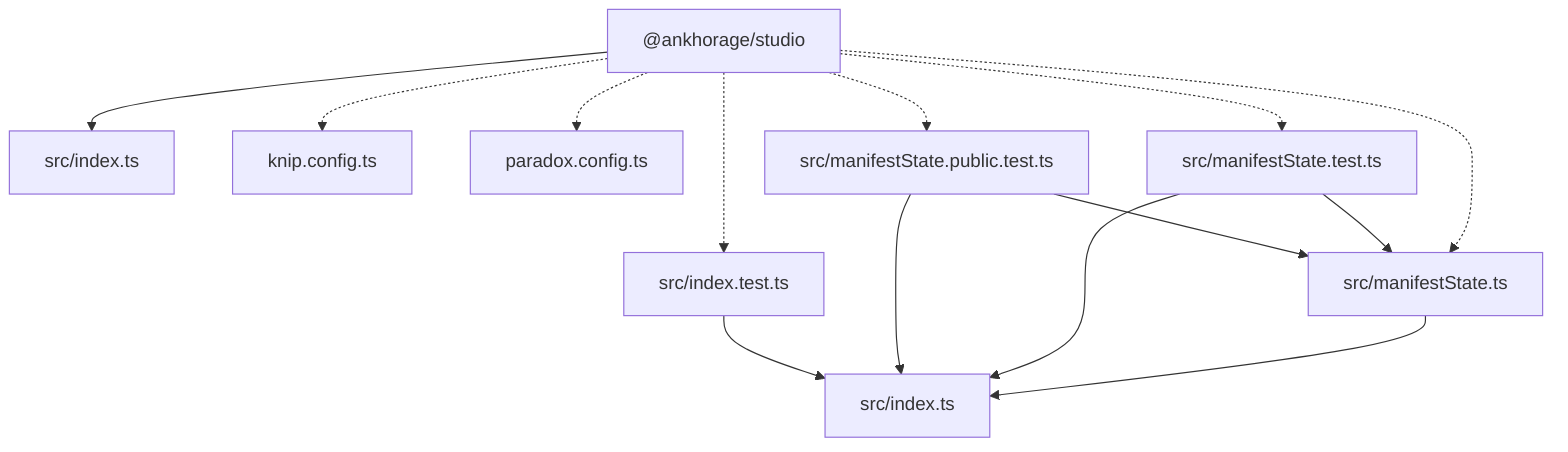
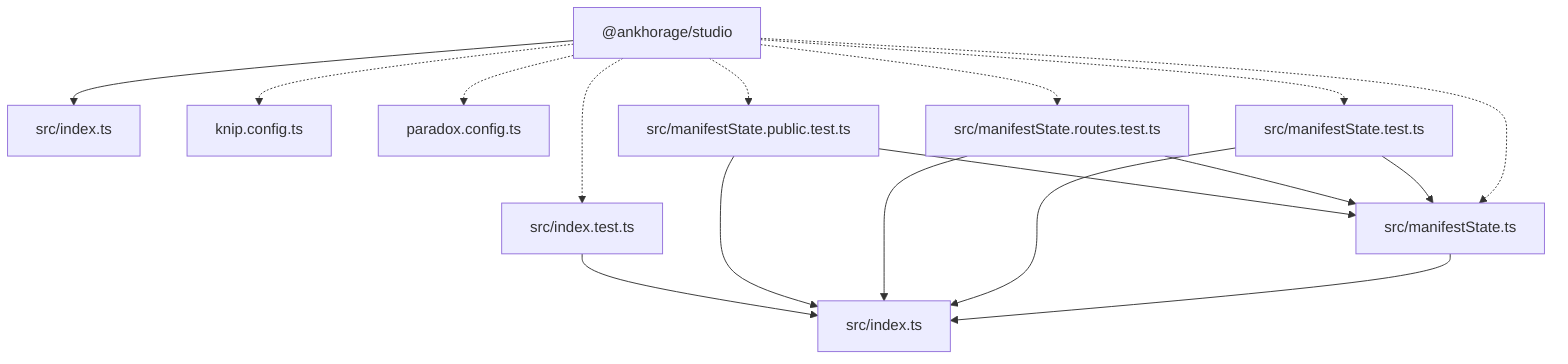
graph TD
  package__ankhorage_studio["@ankhorage/studio"]
  entrypoint_src_index_ts["src/index.ts"]
  package__ankhorage_studio --> entrypoint_src_index_ts
  module_knip_config_ts["knip.config.ts"]
  package__ankhorage_studio -.-> module_knip_config_ts
  module_paradox_config_ts["paradox.config.ts"]
  package__ankhorage_studio -.-> module_paradox_config_ts
  module_src_index_test_ts["src/index.test.ts"]
  package__ankhorage_studio -.-> module_src_index_test_ts
  module_src_index_test_ts --> module_src_index_ts
  module_src_index_ts["src/index.ts"]
  module_src_manifestState_public_test_ts["src/manifestState.public.test.ts"]
  package__ankhorage_studio -.-> module_src_manifestState_public_test_ts
  module_src_manifestState_public_test_ts --> module_src_index_ts
  module_src_manifestState_public_test_ts --> module_src_manifestState_ts
+   module_src_manifestState_routes_test_ts["src/manifestState.routes.test.ts"]
+   package__ankhorage_studio -.-> module_src_manifestState_routes_test_ts
+   module_src_manifestState_routes_test_ts --> module_src_index_ts
+   module_src_manifestState_routes_test_ts --> module_src_manifestState_ts
  module_src_manifestState_test_ts["src/manifestState.test.ts"]
  package__ankhorage_studio -.-> module_src_manifestState_test_ts
  module_src_manifestState_test_ts --> module_src_index_ts
  module_src_manifestState_test_ts --> module_src_manifestState_ts
  module_src_manifestState_ts["src/manifestState.ts"]
  package__ankhorage_studio -.-> module_src_manifestState_ts
  module_src_manifestState_ts --> module_src_index_ts
